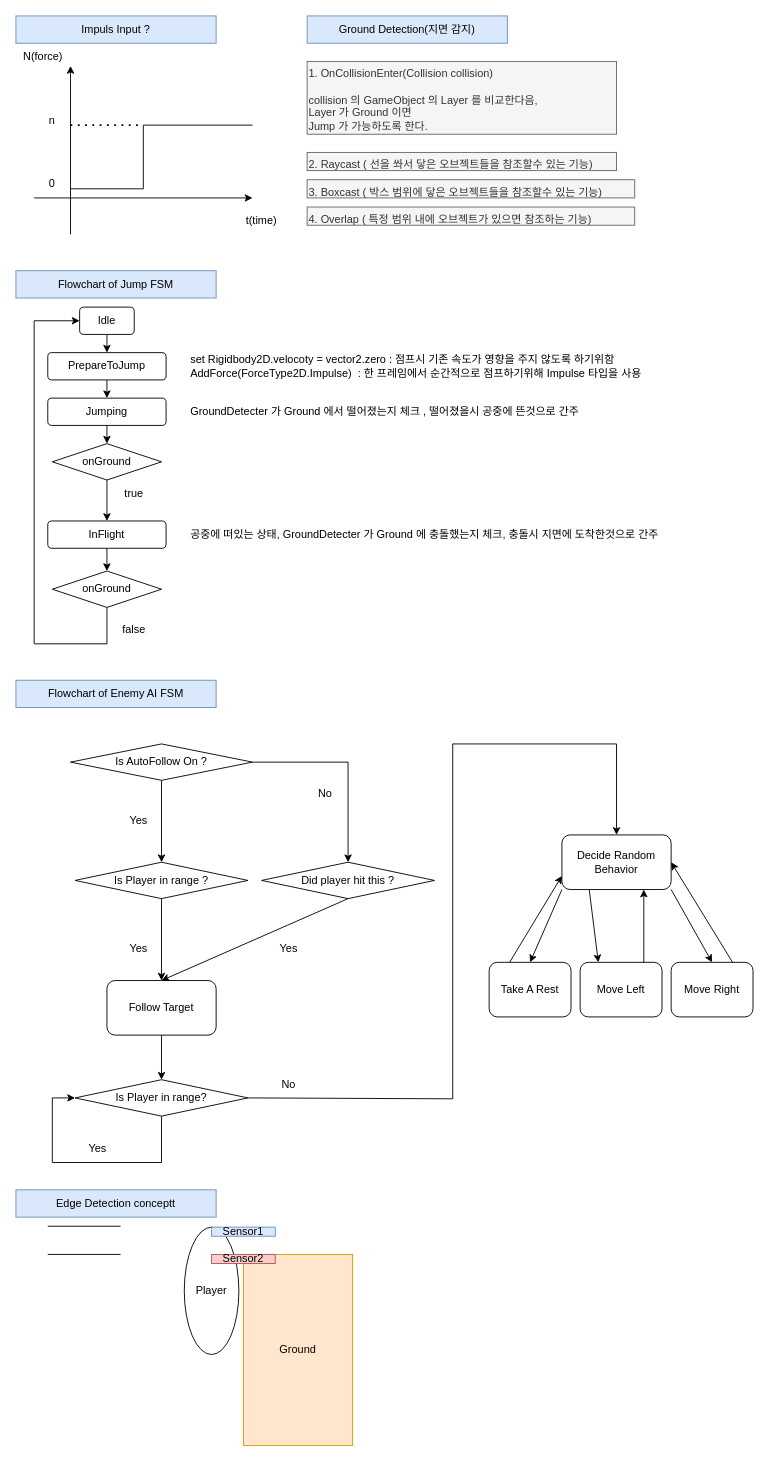
Earlier version of the draw.io diagram Platformer2D/Platformer2D.drawio (luke-youngmin-cho/UnityLessonBasic_1st). Source tidied: cells renumbered, new cells numbered last; positions are measured from the earlier drawing's top-left corner, leaving out a move shared by most shapes. Both pictures are drawn from the tidied source at 91%, with x=0, y=0 at pixel (15, 15).
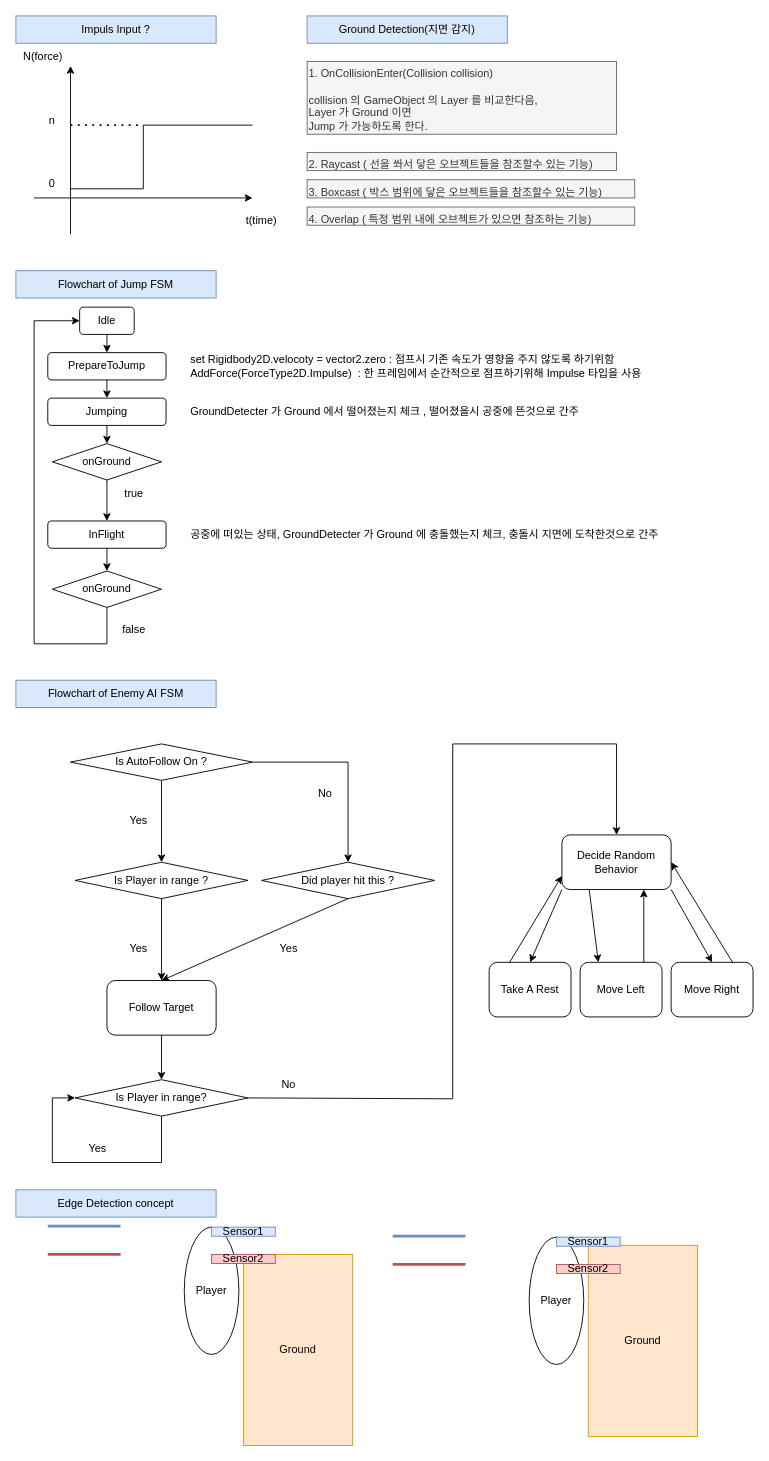
The same diagram, later.

Diff of the diagram source:
```diff
@@
-    <mxCell id="70" style="endArrow=none;html=1;rounded=0;" parent="1" edge="1">
+    <mxCell id="70" style="endArrow=none;html=1;rounded=0;fillColor=#f8cecc;strokeColor=#b85450;strokeWidth=3;" parent="1" edge="1">
       <mxGeometry relative="1" as="geometry">
         <mxPoint x="115" y="1361" as="sourcePoint" />
         <mxPoint x="35" y="1361" as="targetPoint" />
       </mxGeometry>
     </mxCell>
-    <mxCell id="71" style="endArrow=none;html=1;rounded=0;" parent="1" edge="1">
+    <mxCell id="71" style="endArrow=none;html=1;rounded=0;fillColor=#dae8fc;strokeColor=#6c8ebf;strokeWidth=3;" parent="1" edge="1">
       <mxGeometry relative="1" as="geometry">
         <mxPoint x="115" y="1330" as="sourcePoint" />
         <mxPoint x="35" y="1330" as="targetPoint" />
       </mxGeometry>
     </mxCell>
-    <mxCell id="72" value="Edge Detection conceptt" style="text;html=1;strokeColor=#6c8ebf;fillColor=#dae8fc;align=center;verticalAlign=middle;whiteSpace=wrap;rounded=0;" parent="1" vertex="1">
+    <mxCell id="72" value="Edge Detection concept" style="text;html=1;strokeColor=#6c8ebf;fillColor=#dae8fc;align=center;verticalAlign=middle;whiteSpace=wrap;rounded=0;" parent="1" vertex="1">
       <mxGeometry y="1290" width="220" height="30" as="geometry" />
     </mxCell>
+    <mxCell id="73" value="Player" style="ellipse;whiteSpace=wrap;html=1;" parent="1" vertex="1">
+      <mxGeometry x="564" y="1342" width="60" height="140" as="geometry" />
+    </mxCell>
+    <mxCell id="74" value="Ground" style="rounded=0;whiteSpace=wrap;html=1;fillColor=#ffe6cc;strokeColor=#d79b00;" parent="1" vertex="1">
+      <mxGeometry x="629" y="1351" width="120" height="210" as="geometry" />
+    </mxCell>
+    <mxCell id="75" value="Sensor1" style="rounded=0;whiteSpace=wrap;html=1;fillColor=#dae8fc;strokeColor=#6c8ebf;" parent="1" vertex="1">
+      <mxGeometry x="594" y="1342" width="70" height="10" as="geometry" />
+    </mxCell>
+    <mxCell id="76" value="Sensor2" style="rounded=0;whiteSpace=wrap;html=1;fillColor=#f8cecc;strokeColor=#b85450;" parent="1" vertex="1">
+      <mxGeometry x="594" y="1372" width="70" height="10" as="geometry" />
+    </mxCell>
+    <mxCell id="77" style="endArrow=none;html=1;rounded=0;fillColor=#f8cecc;strokeColor=#b85450;strokeWidth=3;" parent="1" edge="1">
+      <mxGeometry relative="1" as="geometry">
+        <mxPoint x="494" y="1372" as="sourcePoint" />
+        <mxPoint x="414" y="1372" as="targetPoint" />
+      </mxGeometry>
+    </mxCell>
+    <mxCell id="78" style="endArrow=none;html=1;rounded=0;fillColor=#dae8fc;strokeColor=#6c8ebf;strokeWidth=3;" parent="1" edge="1">
+      <mxGeometry relative="1" as="geometry">
+        <mxPoint x="494" y="1341" as="sourcePoint" />
+        <mxPoint x="414" y="1341" as="targetPoint" />
+      </mxGeometry>
+    </mxCell>
```
